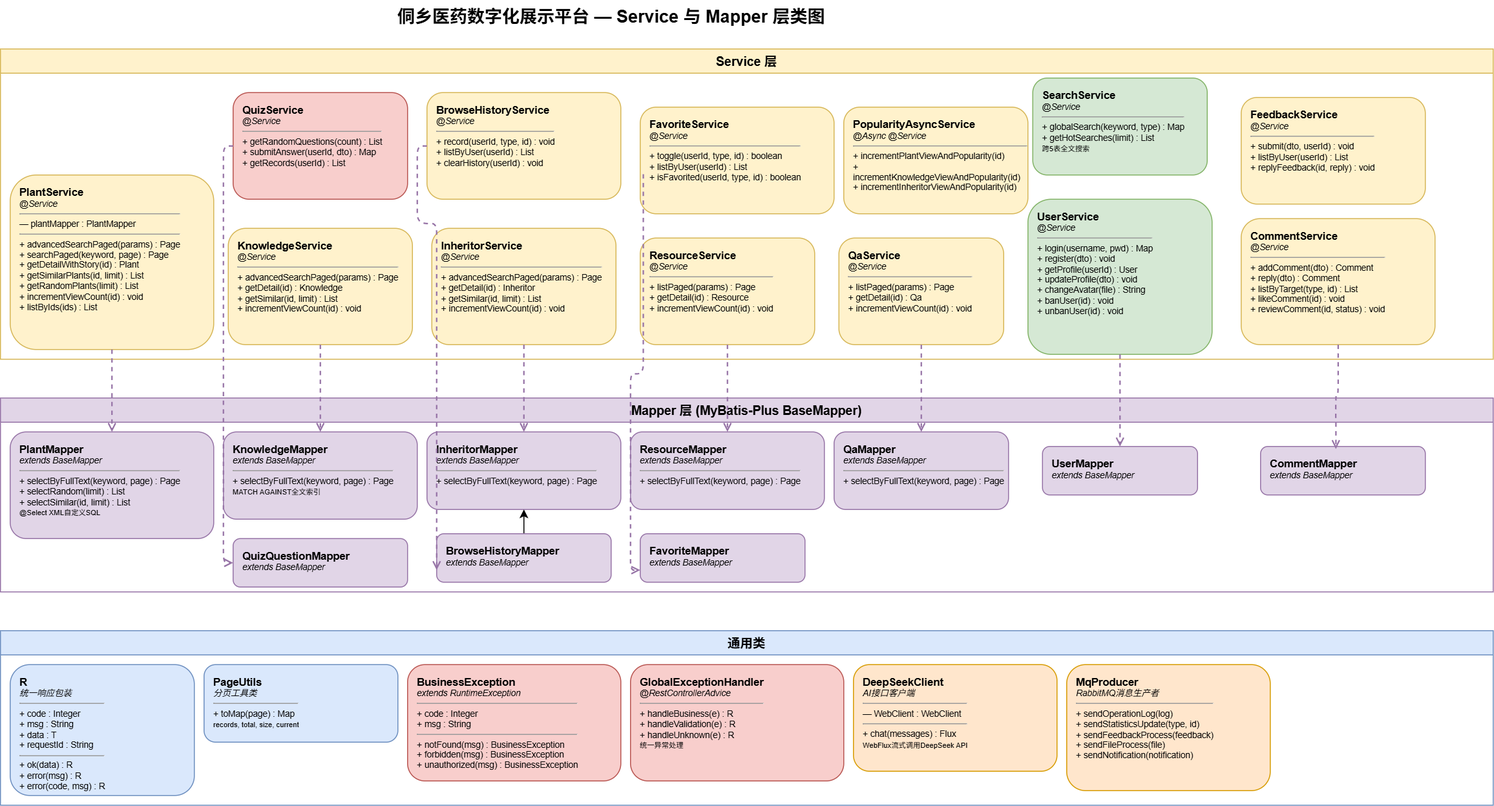
Above: docs/diagrams-png/class-service.drawio.png in yhe3603-star/Graduation-Project (draw.io), before the change. Source tidied: cells renumbered, new cells last; positions are measured from the earlier drawing's top-left corner, leaving out a move shared by most shapes. Its diagram source:
```xml
<mxGraphModel>
  <root>
    <mxCell id="0" />
    <mxCell id="1" parent="0" />
    <mxCell id="2" value="侗乡医药数字化展示平台 — Service 与 Mapper 层类图" style="text;html=1;fontSize=18;fontStyle=1;align=center;" parent="1" vertex="1">
      <mxGeometry x="380" width="500" height="35" as="geometry" />
    </mxCell>
    <mxCell id="3" value="Service 层" style="swimlane;startSize=25;fillColor=#fff2cc;strokeColor=#d6b656;fontStyle=1;fontSize=13;" parent="1" vertex="1">
      <mxGeometry y="50" width="1540" height="320" as="geometry" />
    </mxCell>
    <mxCell id="4" value="&lt;b style='font-size:11px'&gt;PlantService&lt;/b&gt;&lt;br&gt;&lt;i&gt;@Service&lt;/i&gt;&lt;hr size='1'&gt;— plantMapper : PlantMapper&lt;hr size='1'&gt;+ advancedSearchPaged(params) : Page&lt;br&gt;+ searchPaged(keyword, page) : Page&lt;br&gt;+ getDetailWithStory(id) : Plant&lt;br&gt;+ getSimilarPlants(id, limit) : List&lt;br&gt;+ getRandomPlants(limit) : List&lt;br&gt;+ incrementViewCount(id) : void&lt;br&gt;+ listByIds(ids) : List" style="rounded=1;whiteSpace=wrap;html=1;fillColor=#fff2cc;strokeColor=#d6b656;fontSize=9;align=left;verticalAlign=top;spacingLeft=8;spacingTop=5;" parent="3" vertex="1">
      <mxGeometry x="10" y="130" width="210" height="180" as="geometry" />
    </mxCell>
    <mxCell id="5" value="&lt;b style='font-size:11px'&gt;KnowledgeService&lt;/b&gt;&lt;br&gt;&lt;i&gt;@Service&lt;/i&gt;&lt;hr size='1'&gt;+ advancedSearchPaged(params) : Page&lt;br&gt;+ getDetail(id) : Knowledge&lt;br&gt;+ getSimilar(id, limit) : List&lt;br&gt;+ incrementViewCount(id) : void" style="rounded=1;whiteSpace=wrap;html=1;fillColor=#fff2cc;strokeColor=#d6b656;fontSize=9;align=left;verticalAlign=top;spacingLeft=8;spacingTop=5;" parent="3" vertex="1">
      <mxGeometry x="235" y="185" width="190" height="120" as="geometry" />
    </mxCell>
    <mxCell id="6" value="&lt;b style='font-size:11px'&gt;InheritorService&lt;/b&gt;&lt;br&gt;&lt;i&gt;@Service&lt;/i&gt;&lt;hr size='1'&gt;+ advancedSearchPaged(params) : Page&lt;br&gt;+ getDetail(id) : Inheritor&lt;br&gt;+ getSimilar(id, limit) : List&lt;br&gt;+ incrementViewCount(id) : void" style="rounded=1;whiteSpace=wrap;html=1;fillColor=#fff2cc;strokeColor=#d6b656;fontSize=9;align=left;verticalAlign=top;spacingLeft=8;spacingTop=5;" parent="3" vertex="1">
      <mxGeometry x="445" y="185" width="190" height="120" as="geometry" />
    </mxCell>
    <mxCell id="7" value="&lt;b style='font-size:11px'&gt;ResourceService&lt;/b&gt;&lt;br&gt;&lt;i&gt;@Service&lt;/i&gt;&lt;hr size='1'&gt;+ listPaged(params) : Page&lt;br&gt;+ getDetail(id) : Resource&lt;br&gt;+ incrementViewCount(id) : void" style="rounded=1;whiteSpace=wrap;html=1;fillColor=#fff2cc;strokeColor=#d6b656;fontSize=9;align=left;verticalAlign=top;spacingLeft=8;spacingTop=5;" parent="3" vertex="1">
      <mxGeometry x="660" y="195" width="180" height="110" as="geometry" />
    </mxCell>
    <mxCell id="8" value="&lt;b style='font-size:11px'&gt;QaService&lt;/b&gt;&lt;br&gt;&lt;i&gt;@Service&lt;/i&gt;&lt;hr size='1'&gt;+ listPaged(params) : Page&lt;br&gt;+ getDetail(id) : Qa&lt;br&gt;+ incrementViewCount(id) : void" style="rounded=1;whiteSpace=wrap;html=1;fillColor=#fff2cc;strokeColor=#d6b656;fontSize=9;align=left;verticalAlign=top;spacingLeft=8;spacingTop=5;" parent="3" vertex="1">
      <mxGeometry x="865" y="195" width="170" height="110" as="geometry" />
    </mxCell>
    <mxCell id="9" value="&lt;b style='font-size:11px'&gt;CommentService&lt;/b&gt;&lt;br&gt;&lt;i&gt;@Service&lt;/i&gt;&lt;hr size='1'&gt;+ addComment(dto) : Comment&lt;br&gt;+ reply(dto) : Comment&lt;br&gt;+ listByTarget(type, id) : List&lt;br&gt;+ likeComment(id) : void&lt;br&gt;+ reviewComment(id, status) : void" style="rounded=1;whiteSpace=wrap;html=1;fillColor=#fff2cc;strokeColor=#d6b656;fontSize=9;align=left;verticalAlign=top;spacingLeft=8;spacingTop=5;" parent="3" vertex="1">
      <mxGeometry x="1280" y="175" width="200" height="130" as="geometry" />
    </mxCell>
    <mxCell id="10" value="&lt;b style='font-size:11px'&gt;FeedbackService&lt;/b&gt;&lt;br&gt;&lt;i&gt;@Service&lt;/i&gt;&lt;hr size='1'&gt;+ submit(dto, userId) : void&lt;br&gt;+ listByUser(userId) : List&lt;br&gt;+ replyFeedback(id, reply) : void" style="rounded=1;whiteSpace=wrap;html=1;fillColor=#fff2cc;strokeColor=#d6b656;fontSize=9;align=left;verticalAlign=top;spacingLeft=8;spacingTop=5;" parent="3" vertex="1">
      <mxGeometry x="1280" y="50" width="190" height="110" as="geometry" />
    </mxCell>
    <mxCell id="11" value="&lt;b style='font-size:11px'&gt;BrowseHistoryService&lt;/b&gt;&lt;br&gt;&lt;i&gt;@Service&lt;/i&gt;&lt;hr size='1'&gt;+ record(userId, type, id) : void&lt;br&gt;+ listByUser(userId) : List&lt;br&gt;+ clearHistory(userId) : void" style="rounded=1;whiteSpace=wrap;html=1;fillColor=#fff2cc;strokeColor=#d6b656;fontSize=9;align=left;verticalAlign=top;spacingLeft=8;spacingTop=5;" parent="3" vertex="1">
      <mxGeometry x="440" y="45" width="200" height="110" as="geometry" />
    </mxCell>
    <mxCell id="12" value="&lt;b style='font-size:11px'&gt;UserService&lt;/b&gt;&lt;br&gt;&lt;i&gt;@Service&lt;/i&gt;&lt;hr size='1'&gt;+ login(username, pwd) : Map&lt;br&gt;+ register(dto) : void&lt;br&gt;+ getProfile(userId) : User&lt;br&gt;+ updateProfile(dto) : void&lt;br&gt;+ changeAvatar(file) : String&lt;br&gt;+ banUser(id) : void&lt;br&gt;+ unbanUser(id) : void" style="rounded=1;whiteSpace=wrap;html=1;fillColor=#d5e8d4;strokeColor=#82b366;fontSize=9;align=left;verticalAlign=top;spacingLeft=8;spacingTop=5;" parent="3" vertex="1">
      <mxGeometry x="1060" y="155" width="190" height="160" as="geometry" />
    </mxCell>
    <mxCell id="13" value="&lt;b style='font-size:11px'&gt;QuizService&lt;/b&gt;&lt;br&gt;&lt;i&gt;@Service&lt;/i&gt;&lt;hr size='1'&gt;+ getRandomQuestions(count) : List&lt;br&gt;+ submitAnswer(userId, dto) : Map&lt;br&gt;+ getRecords(userId) : List" style="rounded=1;whiteSpace=wrap;html=1;fillColor=#f8cecc;strokeColor=#b85450;fontSize=9;align=left;verticalAlign=top;spacingLeft=8;spacingTop=5;" parent="3" vertex="1">
      <mxGeometry x="240" y="45" width="180" height="110" as="geometry" />
    </mxCell>
    <mxCell id="14" value="&lt;b style='font-size:11px'&gt;SearchService&lt;/b&gt;&lt;br&gt;&lt;i&gt;@Service&lt;/i&gt;&lt;hr size='1'&gt;+ globalSearch(keyword, type) : Map&lt;br&gt;+ getHotSearches(limit) : List&lt;br&gt;&lt;small&gt;跨5表全文搜索&lt;/small&gt;" style="rounded=1;whiteSpace=wrap;html=1;fillColor=#d5e8d4;strokeColor=#82b366;fontSize=9;align=left;verticalAlign=top;spacingLeft=8;spacingTop=5;" parent="3" vertex="1">
      <mxGeometry x="1065" y="30" width="180" height="100" as="geometry" />
    </mxCell>
    <mxCell id="15" value="&lt;b style='font-size:11px'&gt;FavoriteService&lt;/b&gt;&lt;br&gt;&lt;i&gt;@Service&lt;/i&gt;&lt;hr size='1'&gt;+ toggle(userId, type, id) : boolean&lt;br&gt;+ listByUser(userId) : List&lt;br&gt;+ isFavorited(userId, type, id) : boolean" style="rounded=1;whiteSpace=wrap;html=1;fillColor=#fff2cc;strokeColor=#d6b656;fontSize=9;align=left;verticalAlign=top;spacingLeft=8;spacingTop=5;" parent="3" vertex="1">
      <mxGeometry x="660" y="60" width="200" height="110" as="geometry" />
    </mxCell>
    <mxCell id="16" value="&lt;b style='font-size:11px'&gt;PopularityAsyncService&lt;/b&gt;&lt;br&gt;&lt;i&gt;@Async @Service&lt;/i&gt;&lt;hr size='1'&gt;+ incrementPlantViewAndPopularity(id)&lt;br&gt;+ incrementKnowledgeViewAndPopularity(id)&lt;br&gt;+ incrementInheritorViewAndPopularity(id)" style="rounded=1;whiteSpace=wrap;html=1;fillColor=#fff2cc;strokeColor=#d6b656;fontSize=9;align=left;verticalAlign=top;spacingLeft=8;spacingTop=5;" parent="3" vertex="1">
      <mxGeometry x="870" y="60" width="190" height="110" as="geometry" />
    </mxCell>
    <mxCell id="17" value="Mapper 层 (MyBatis-Plus BaseMapper)" style="swimlane;startSize=25;fillColor=#e1d5e7;strokeColor=#9673a6;fontStyle=1;fontSize=13;" parent="1" vertex="1">
      <mxGeometry y="410" width="1540" height="200" as="geometry" />
    </mxCell>
    <mxCell id="18" value="&lt;b style='font-size:11px'&gt;PlantMapper&lt;/b&gt;&lt;br&gt;&lt;i&gt;extends BaseMapper&lt;Plant&gt;&lt;/i&gt;&lt;hr size='1'&gt;+ selectByFullText(keyword, page) : Page&lt;br&gt;+ selectRandom(limit) : List&lt;br&gt;+ selectSimilar(id, limit) : List&lt;br&gt;&lt;small&gt;@Select XML自定义SQL&lt;/small&gt;" style="rounded=1;whiteSpace=wrap;html=1;fillColor=#e1d5e7;strokeColor=#9673a6;fontSize=9;align=left;verticalAlign=top;spacingLeft=8;spacingTop=5;" parent="17" vertex="1">
      <mxGeometry x="10" y="35" width="210" height="110" as="geometry" />
    </mxCell>
    <mxCell id="19" value="&lt;b style='font-size:11px'&gt;KnowledgeMapper&lt;/b&gt;&lt;br&gt;&lt;i&gt;extends BaseMapper&lt;Knowledge&gt;&lt;/i&gt;&lt;hr size='1'&gt;+ selectByFullText(keyword, page) : Page&lt;br&gt;&lt;small&gt;MATCH AGAINST全文索引&lt;/small&gt;" style="rounded=1;whiteSpace=wrap;html=1;fillColor=#e1d5e7;strokeColor=#9673a6;fontSize=9;align=left;verticalAlign=top;spacingLeft=8;spacingTop=5;" parent="17" vertex="1">
      <mxGeometry x="230" y="35" width="200" height="90" as="geometry" />
    </mxCell>
    <mxCell id="20" value="&lt;b style='font-size:11px'&gt;InheritorMapper&lt;/b&gt;&lt;br&gt;&lt;i&gt;extends BaseMapper&lt;Inheritor&gt;&lt;/i&gt;&lt;hr size='1'&gt;+ selectByFullText(keyword, page) : Page" style="rounded=1;whiteSpace=wrap;html=1;fillColor=#e1d5e7;strokeColor=#9673a6;fontSize=9;align=left;verticalAlign=top;spacingLeft=8;spacingTop=5;" parent="17" vertex="1">
      <mxGeometry x="440" y="35" width="200" height="80" as="geometry" />
    </mxCell>
    <mxCell id="21" value="&lt;b style='font-size:11px'&gt;ResourceMapper&lt;/b&gt;&lt;br&gt;&lt;i&gt;extends BaseMapper&lt;Resource&gt;&lt;/i&gt;&lt;hr size='1'&gt;+ selectByFullText(keyword, page) : Page" style="rounded=1;whiteSpace=wrap;html=1;fillColor=#e1d5e7;strokeColor=#9673a6;fontSize=9;align=left;verticalAlign=top;spacingLeft=8;spacingTop=5;" parent="17" vertex="1">
      <mxGeometry x="650" y="35" width="200" height="80" as="geometry" />
    </mxCell>
    <mxCell id="22" value="&lt;b style='font-size:11px'&gt;QaMapper&lt;/b&gt;&lt;br&gt;&lt;i&gt;extends BaseMapper&lt;Qa&gt;&lt;/i&gt;&lt;hr size='1'&gt;+ selectByFullText(keyword, page) : Page" style="rounded=1;whiteSpace=wrap;html=1;fillColor=#e1d5e7;strokeColor=#9673a6;fontSize=9;align=left;verticalAlign=top;spacingLeft=8;spacingTop=5;" parent="17" vertex="1">
      <mxGeometry x="860" y="35" width="180" height="80" as="geometry" />
    </mxCell>
    <mxCell id="23" value="&lt;b style='font-size:11px'&gt;CommentMapper&lt;/b&gt;&lt;br&gt;&lt;i&gt;extends BaseMapper&lt;Comment&gt;&lt;/i&gt;" style="rounded=1;whiteSpace=wrap;html=1;fillColor=#e1d5e7;strokeColor=#9673a6;fontSize=9;align=left;verticalAlign=top;spacingLeft=8;spacingTop=5;" parent="17" vertex="1">
      <mxGeometry x="1300" y="50" width="170" height="50" as="geometry" />
    </mxCell>
    <mxCell id="24" value="&lt;b style='font-size:11px'&gt;UserMapper&lt;/b&gt;&lt;br&gt;&lt;i&gt;extends BaseMapper&lt;User&gt;&lt;/i&gt;" style="rounded=1;whiteSpace=wrap;html=1;fillColor=#e1d5e7;strokeColor=#9673a6;fontSize=9;align=left;verticalAlign=top;spacingLeft=8;spacingTop=5;" parent="17" vertex="1">
      <mxGeometry x="1075" y="50" width="160" height="50" as="geometry" />
    </mxCell>
    <mxCell id="25" value="&lt;b style='font-size:11px'&gt;FavoriteMapper&lt;/b&gt;&lt;br&gt;&lt;i&gt;extends BaseMapper&lt;Favorite&gt;&lt;/i&gt;" style="rounded=1;whiteSpace=wrap;html=1;fillColor=#e1d5e7;strokeColor=#9673a6;fontSize=9;align=left;verticalAlign=top;spacingLeft=8;spacingTop=5;" parent="17" vertex="1">
      <mxGeometry x="660" y="140" width="170" height="50" as="geometry" />
    </mxCell>
    <mxCell id="26" style="edgeStyle=orthogonalEdgeStyle;rounded=0;jettySize=auto;html=1;" parent="17" edge="1" source="27" target="20">
      <mxGeometry relative="1" as="geometry" />
    </mxCell>
    <mxCell id="27" value="&lt;b style='font-size:11px'&gt;BrowseHistoryMapper&lt;/b&gt;&lt;br&gt;&lt;i&gt;extends BaseMapper&lt;BrowseHistory&gt;&lt;/i&gt;" style="rounded=1;whiteSpace=wrap;html=1;fillColor=#e1d5e7;strokeColor=#9673a6;fontSize=9;align=left;verticalAlign=top;spacingLeft=8;spacingTop=5;" parent="17" vertex="1">
      <mxGeometry x="450" y="140" width="180" height="50" as="geometry" />
    </mxCell>
    <mxCell id="28" value="&lt;b style='font-size:11px'&gt;QuizQuestionMapper&lt;/b&gt;&lt;br&gt;&lt;i&gt;extends BaseMapper&lt;QuizQuestion&gt;&lt;/i&gt;" style="rounded=1;whiteSpace=wrap;html=1;fillColor=#e1d5e7;strokeColor=#9673a6;fontSize=9;align=left;verticalAlign=top;spacingLeft=8;spacingTop=5;" parent="17" vertex="1">
      <mxGeometry x="240" y="145" width="180" height="50" as="geometry" />
    </mxCell>
    <mxCell id="29" style="edgeStyle=orthogonalEdgeStyle;rounded=1;strokeWidth=1.5;endArrow=open;endFill=0;dashed=1;strokeColor=#9673a6;fontSize=9;" parent="1" edge="1" source="4" target="18">
      <mxGeometry relative="1" as="geometry" />
    </mxCell>
    <mxCell id="30" style="edgeStyle=orthogonalEdgeStyle;rounded=1;strokeWidth=1.5;endArrow=open;endFill=0;dashed=1;strokeColor=#9673a6;fontSize=9;" parent="1" edge="1" source="5" target="19">
      <mxGeometry relative="1" as="geometry" />
    </mxCell>
    <mxCell id="31" style="edgeStyle=orthogonalEdgeStyle;rounded=1;strokeWidth=1.5;endArrow=open;endFill=0;dashed=1;strokeColor=#9673a6;fontSize=9;" parent="1" edge="1" source="6" target="20">
      <mxGeometry relative="1" as="geometry" />
    </mxCell>
    <mxCell id="32" style="edgeStyle=orthogonalEdgeStyle;rounded=1;strokeWidth=1.5;endArrow=open;endFill=0;dashed=1;strokeColor=#9673a6;fontSize=9;" parent="1" edge="1" source="7" target="21">
      <mxGeometry relative="1" as="geometry" />
    </mxCell>
    <mxCell id="33" style="edgeStyle=orthogonalEdgeStyle;rounded=1;strokeWidth=1.5;endArrow=open;endFill=0;dashed=1;strokeColor=#9673a6;fontSize=9;" parent="1" edge="1" source="8" target="22">
      <mxGeometry relative="1" as="geometry" />
    </mxCell>
    <mxCell id="34" value="通用类" style="swimlane;startSize=25;fillColor=#dae8fc;strokeColor=#6c8ebf;fontStyle=1;fontSize=13;" parent="1" vertex="1">
      <mxGeometry y="650" width="1540" height="180" as="geometry" />
    </mxCell>
    <mxCell id="35" value="&lt;b style='font-size:11px'&gt;R&lt;T&gt;&lt;/b&gt;&lt;br&gt;&lt;i&gt;统一响应包装&lt;/i&gt;&lt;hr size='1'&gt;+ code : Integer&lt;br&gt;+ msg : String&lt;br&gt;+ data : T&lt;br&gt;+ requestId : String&lt;hr size='1'&gt;+ ok(data) : R&lt;T&gt;&lt;br&gt;+ error(msg) : R&lt;T&gt;&lt;br&gt;+ error(code, msg) : R&lt;T&gt;" style="rounded=1;whiteSpace=wrap;html=1;fillColor=#dae8fc;strokeColor=#6c8ebf;fontSize=9;align=left;verticalAlign=top;spacingLeft=8;spacingTop=5;" parent="34" vertex="1">
      <mxGeometry x="10" y="35" width="190" height="135" as="geometry" />
    </mxCell>
    <mxCell id="36" value="&lt;b style='font-size:11px'&gt;PageUtils&lt;/b&gt;&lt;br&gt;&lt;i&gt;分页工具类&lt;/i&gt;&lt;hr size='1'&gt;+ toMap(page) : Map&lt;String, Object&gt;&lt;br&gt;&lt;small&gt;records, total, size, current&lt;/small&gt;" style="rounded=1;whiteSpace=wrap;html=1;fillColor=#dae8fc;strokeColor=#6c8ebf;fontSize=9;align=left;verticalAlign=top;spacingLeft=8;spacingTop=5;" parent="34" vertex="1">
      <mxGeometry x="210" y="35" width="200" height="80" as="geometry" />
    </mxCell>
    <mxCell id="37" value="&lt;b style='font-size:11px'&gt;BusinessException&lt;/b&gt;&lt;br&gt;&lt;i&gt;extends RuntimeException&lt;/i&gt;&lt;hr size='1'&gt;+ code : Integer&lt;br&gt;+ msg : String&lt;hr size='1'&gt;+ notFound(msg) : BusinessException&lt;br&gt;+ forbidden(msg) : BusinessException&lt;br&gt;+ unauthorized(msg) : BusinessException" style="rounded=1;whiteSpace=wrap;html=1;fillColor=#f8cecc;strokeColor=#b85450;fontSize=9;align=left;verticalAlign=top;spacingLeft=8;spacingTop=5;" parent="34" vertex="1">
      <mxGeometry x="420" y="35" width="220" height="120" as="geometry" />
    </mxCell>
    <mxCell id="38" value="&lt;b style='font-size:11px'&gt;GlobalExceptionHandler&lt;/b&gt;&lt;br&gt;&lt;i&gt;@RestControllerAdvice&lt;/i&gt;&lt;hr size='1'&gt;+ handleBusiness(e) : R&lt;br&gt;+ handleValidation(e) : R&lt;br&gt;+ handleUnknown(e) : R&lt;br&gt;&lt;small&gt;统一异常处理&lt;/small&gt;" style="rounded=1;whiteSpace=wrap;html=1;fillColor=#f8cecc;strokeColor=#b85450;fontSize=9;align=left;verticalAlign=top;spacingLeft=8;spacingTop=5;" parent="34" vertex="1">
      <mxGeometry x="650" y="35" width="220" height="120" as="geometry" />
    </mxCell>
    <mxCell id="39" value="&lt;b style='font-size:11px'&gt;DeepSeekClient&lt;/b&gt;&lt;br&gt;&lt;i&gt;AI接口客户端&lt;/i&gt;&lt;hr size='1'&gt;— WebClient : WebClient&lt;hr size='1'&gt;+ chat(messages) : Flux&lt;String&gt;&lt;br&gt;&lt;small&gt;WebFlux流式调用DeepSeek API&lt;/small&gt;" style="rounded=1;whiteSpace=wrap;html=1;fillColor=#ffe6cc;strokeColor=#d79b00;fontSize=9;align=left;verticalAlign=top;spacingLeft=8;spacingTop=5;" parent="34" vertex="1">
      <mxGeometry x="880" y="35" width="210" height="110" as="geometry" />
    </mxCell>
    <mxCell id="40" value="&lt;b style='font-size:11px'&gt;MqProducer&lt;/b&gt;&lt;br&gt;&lt;i&gt;RabbitMQ消息生产者&lt;/i&gt;&lt;hr size='1'&gt;+ sendOperationLog(log)&lt;br&gt;+ sendStatisticsUpdate(type, id)&lt;br&gt;+ sendFeedbackProcess(feedback)&lt;br&gt;+ sendFileProcess(file)&lt;br&gt;+ sendNotification(notification)" style="rounded=1;whiteSpace=wrap;html=1;fillColor=#ffe6cc;strokeColor=#d79b00;fontSize=9;align=left;verticalAlign=top;spacingLeft=8;spacingTop=5;" parent="34" vertex="1">
      <mxGeometry x="1100" y="35" width="210" height="130" as="geometry" />
    </mxCell>
    <mxCell id="41" style="edgeStyle=orthogonalEdgeStyle;rounded=1;strokeWidth=1.5;endArrow=open;endFill=0;dashed=1;strokeColor=#9673a6;fontSize=9;entryX=0.5;entryY=0;entryDx=0;entryDy=0;exitX=0.5;exitY=1;exitDx=0;exitDy=0;" parent="1" edge="1" source="12" target="24">
      <mxGeometry relative="1" as="geometry" />
    </mxCell>
    <mxCell id="42" style="edgeStyle=orthogonalEdgeStyle;rounded=1;strokeWidth=1.5;endArrow=open;endFill=0;dashed=1;strokeColor=#9673a6;fontSize=9;exitX=0.5;exitY=1;exitDx=0;exitDy=0;entryX=0.457;entryY=0.052;entryDx=0;entryDy=0;entryPerimeter=0;" parent="1" edge="1" source="9" target="23">
      <mxGeometry relative="1" as="geometry" />
    </mxCell>
    <mxCell id="43" style="edgeStyle=orthogonalEdgeStyle;rounded=1;strokeWidth=1.5;endArrow=open;endFill=0;dashed=1;strokeColor=#9673a6;fontSize=9;exitX=0;exitY=0.5;exitDx=0;exitDy=0;entryX=0;entryY=0.75;entryDx=0;entryDy=0;" parent="1" edge="1" source="11" target="27">
      <mxGeometry relative="1" as="geometry">
        <Array as="points">
          <mxPoint x="430" y="150" />
          <mxPoint x="430" y="230" />
          <mxPoint x="450" y="230" />
        </Array>
      </mxGeometry>
    </mxCell>
    <mxCell id="44" style="edgeStyle=orthogonalEdgeStyle;rounded=1;strokeWidth=1.5;endArrow=open;endFill=0;dashed=1;strokeColor=#9673a6;fontSize=9;exitX=0;exitY=0.5;exitDx=0;exitDy=0;entryX=0;entryY=0.5;entryDx=0;entryDy=0;" parent="1" edge="1" source="13" target="28">
      <mxGeometry relative="1" as="geometry" />
    </mxCell>
    <mxCell id="45" style="edgeStyle=orthogonalEdgeStyle;rounded=1;strokeWidth=1.5;endArrow=open;endFill=0;dashed=1;strokeColor=#9673a6;fontSize=9;exitX=0.016;exitY=0.629;exitDx=0;exitDy=0;exitPerimeter=0;entryX=0;entryY=0.75;entryDx=0;entryDy=0;" parent="1" edge="1" source="15" target="25">
      <mxGeometry relative="1" as="geometry" />
    </mxCell>
  </root>
</mxGraphModel>
```
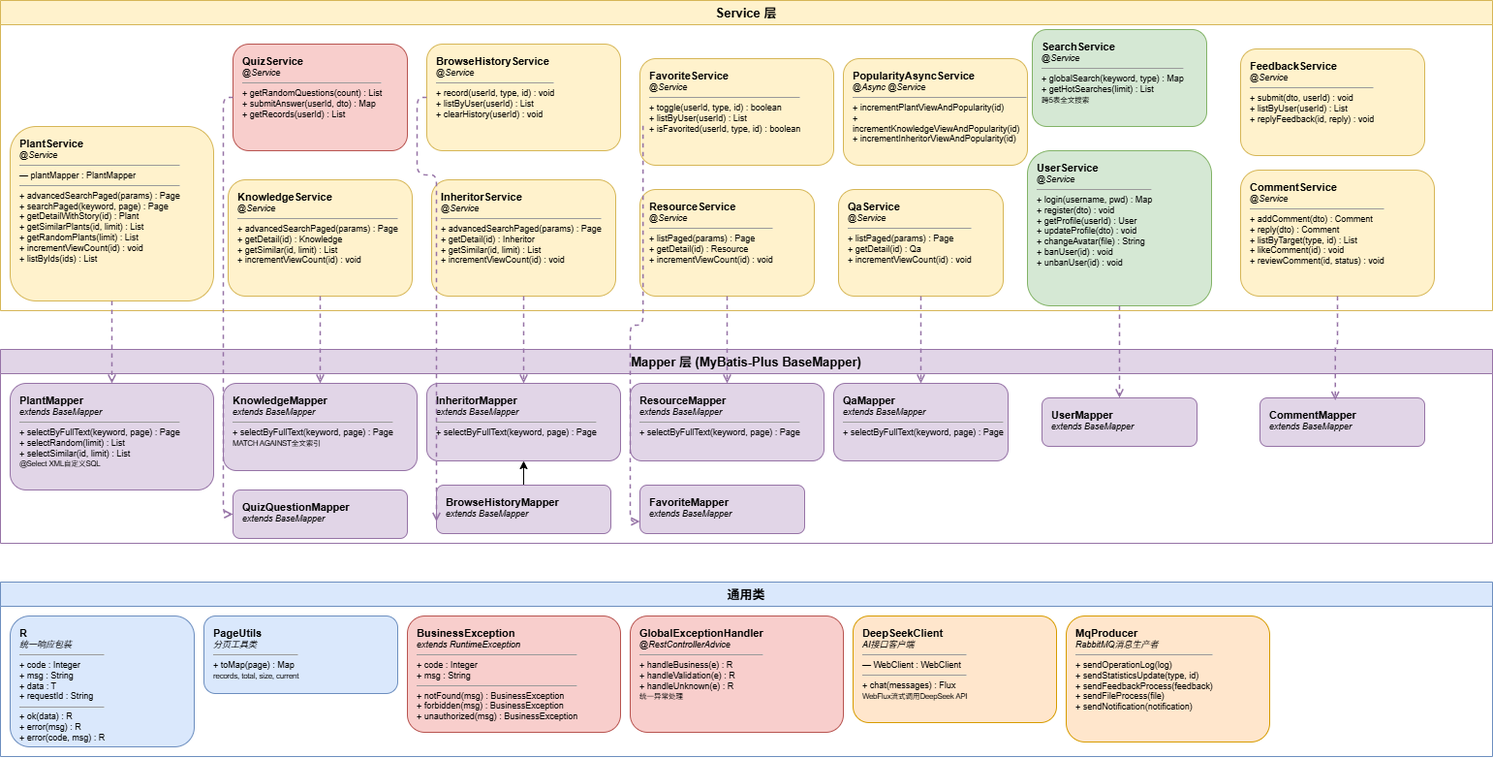
Later version of the same file.

The edit, as a diff of the source:
```diff
@@ -2,9 +2,6 @@
   <root>
     <mxCell id="0" />
     <mxCell id="1" parent="0" />
-    <mxCell id="2" value="侗乡医药数字化展示平台 — Service 与 Mapper 层类图" style="text;html=1;fontSize=18;fontStyle=1;align=center;" parent="1" vertex="1">
-      <mxGeometry x="380" width="500" height="35" as="geometry" />
-    </mxCell>
     <mxCell id="3" value="Service 层" style="swimlane;startSize=25;fillColor=#fff2cc;strokeColor=#d6b656;fontStyle=1;fontSize=13;" parent="1" vertex="1">
       <mxGeometry y="50" width="1540" height="320" as="geometry" />
     </mxCell>
```
